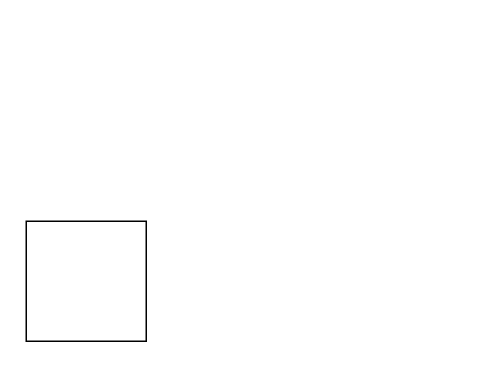
Before: Untitled Diagram.drawio in Paulmridul/MicroLearn, a draw.io diagram. Source tidied: cells renumbered, new cells numbered last; positions are measured from the earlier drawing's top-left corner, leaving out a move shared by most shapes. Both pictures are drawn from the tidied source at 150%, with x=0, y=0 at pixel (26, 220).
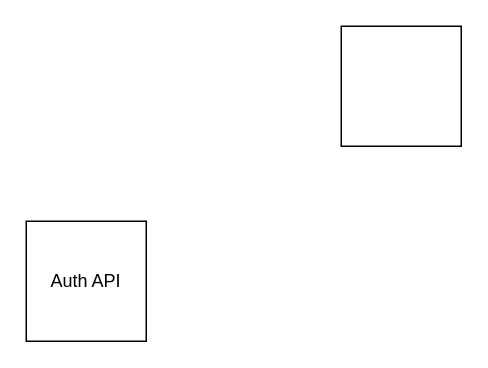
After the change.

The edit, as a diff of the source:
```diff
@@
 <mxGraphModel>
   <root>
     <mxCell id="0" />
     <mxCell id="1" parent="0" />
-    <mxCell id="2" style="whiteSpace=wrap;html=1;" parent="1" vertex="1">
+    <mxCell id="2" value="Auth API" style="whiteSpace=wrap;html=1;" parent="1" vertex="1">
       <mxGeometry width="80" height="80" as="geometry" />
     </mxCell>
+    <mxCell id="3" style="whiteSpace=wrap;html=1;" parent="1" vertex="1">
+      <mxGeometry x="210" y="-130" width="80" height="80" as="geometry" />
+    </mxCell>
   </root>
 </mxGraphModel>
```
